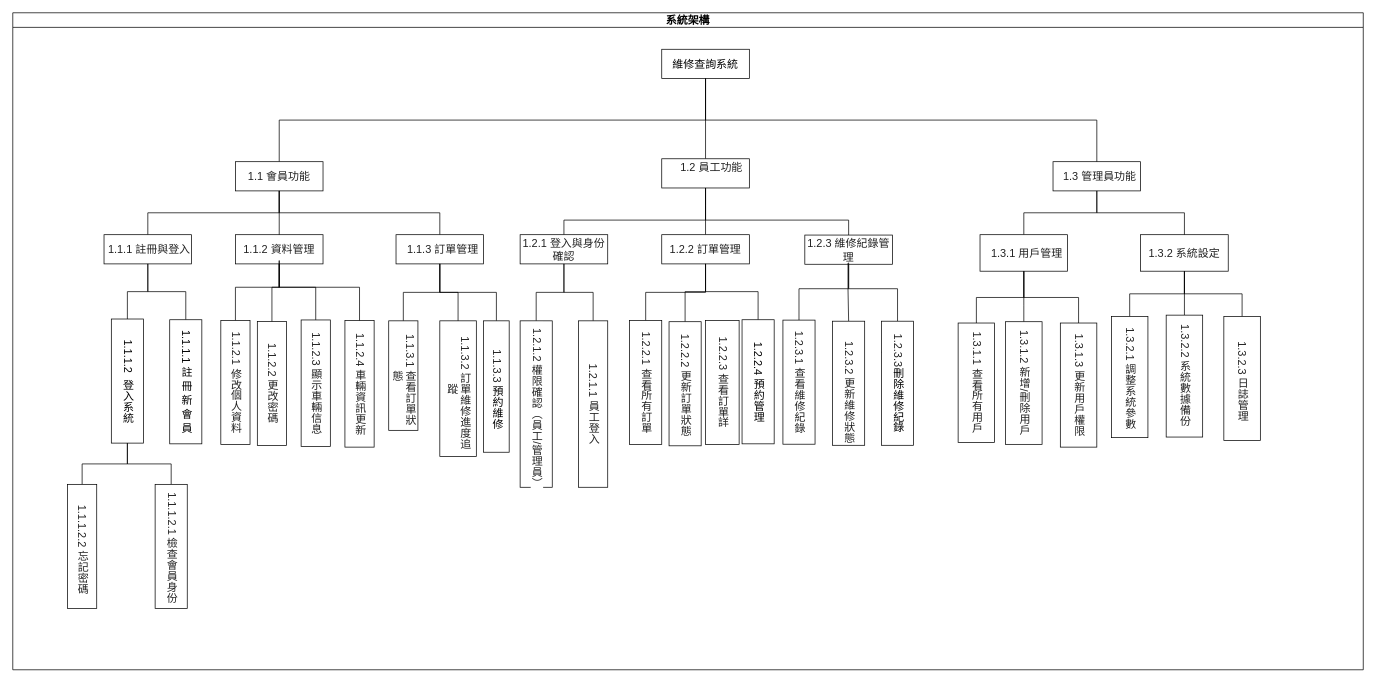
Before: 維修查詢系統架構圖.drawio in hak99101314/Maintenance-inquiry-system, a draw.io diagram. Source tidied: cells renumbered, new cells numbered last; positions are measured from the earlier drawing's top-left corner, leaving out a move shared by most shapes. Both pictures are drawn from the tidied source at 73%, with x=0, y=0 at pixel (12, 12).
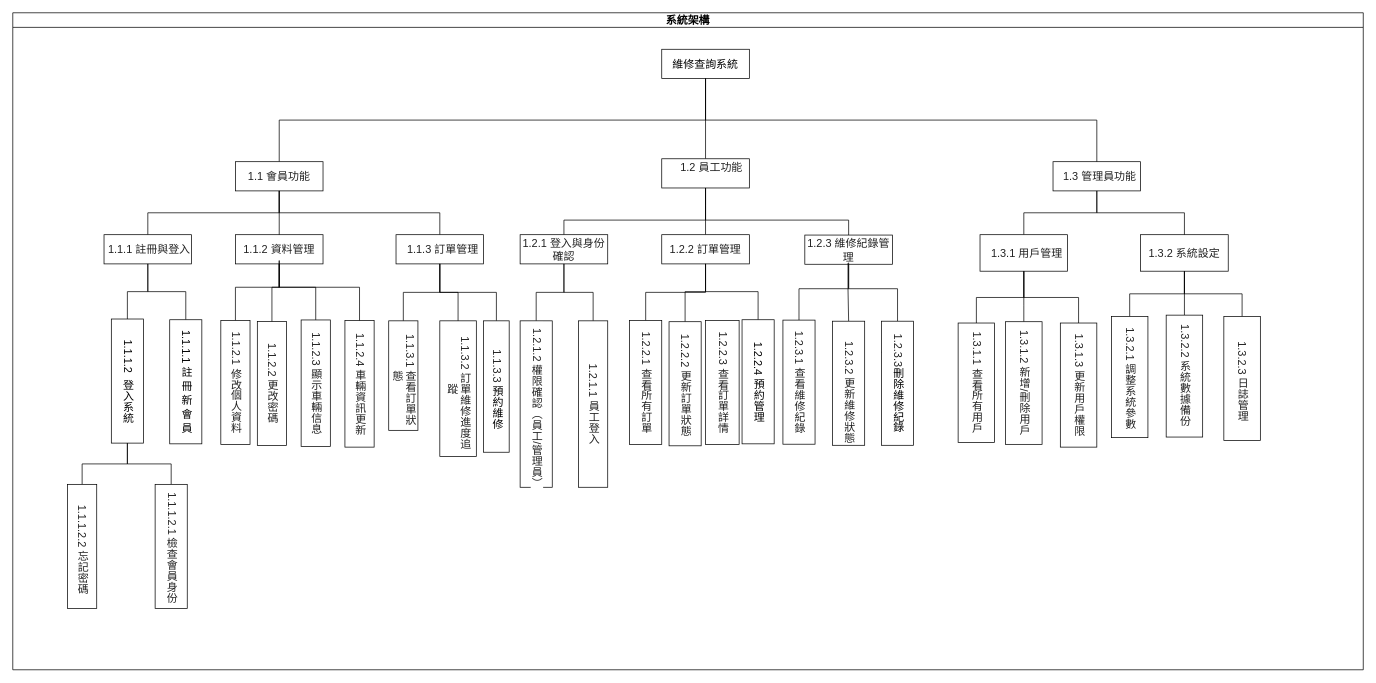
The same diagram, later.

Commit message:
更新維修查詢系統架構圖.drawio

The change refers to these unchanged cells:
```xml
<mxCell id="2" value="系統架構" style="swimlane;startSize=20;horizontal=1;containerType=tree;textShadow=0;fontSize=15;" parent="1" vertex="1">
  <mxGeometry width="1850" height="900" as="geometry" />
</mxCell>
```

The edit, as a diff of the source:
```diff
@@
-    <mxCell id="39" value="&lt;span style=&quot;color: rgb(34, 34, 34); font-family: Arial, Helvetica, sans-serif; text-align: start; background-color: rgb(255, 255, 255);&quot;&gt;1.2.2.3 查看訂單詳&lt;/span&gt;" style="whiteSpace=wrap;html=1;newEdgeStyle={&quot;edgeStyle&quot;:&quot;elbowEdgeStyle&quot;,&quot;startArrow&quot;:&quot;none&quot;,&quot;endArrow&quot;:&quot;none&quot;};textDirection=vertical-rl;fontSize=15;" parent="2" vertex="1">
+    <mxCell id="39" value="&lt;span style=&quot;color: rgb(34, 34, 34); font-family: Arial, Helvetica, sans-serif; text-align: start; background-color: rgb(255, 255, 255);&quot;&gt;1.2.2.3 查看訂單詳情&lt;/span&gt;" style="whiteSpace=wrap;html=1;newEdgeStyle={&quot;edgeStyle&quot;:&quot;elbowEdgeStyle&quot;,&quot;startArrow&quot;:&quot;none&quot;,&quot;endArrow&quot;:&quot;none&quot;};textDirection=vertical-rl;fontSize=15;" parent="2" vertex="1">
       <mxGeometry x="949" y="421.5" width="46" height="170" as="geometry" />
     </mxCell>
```
